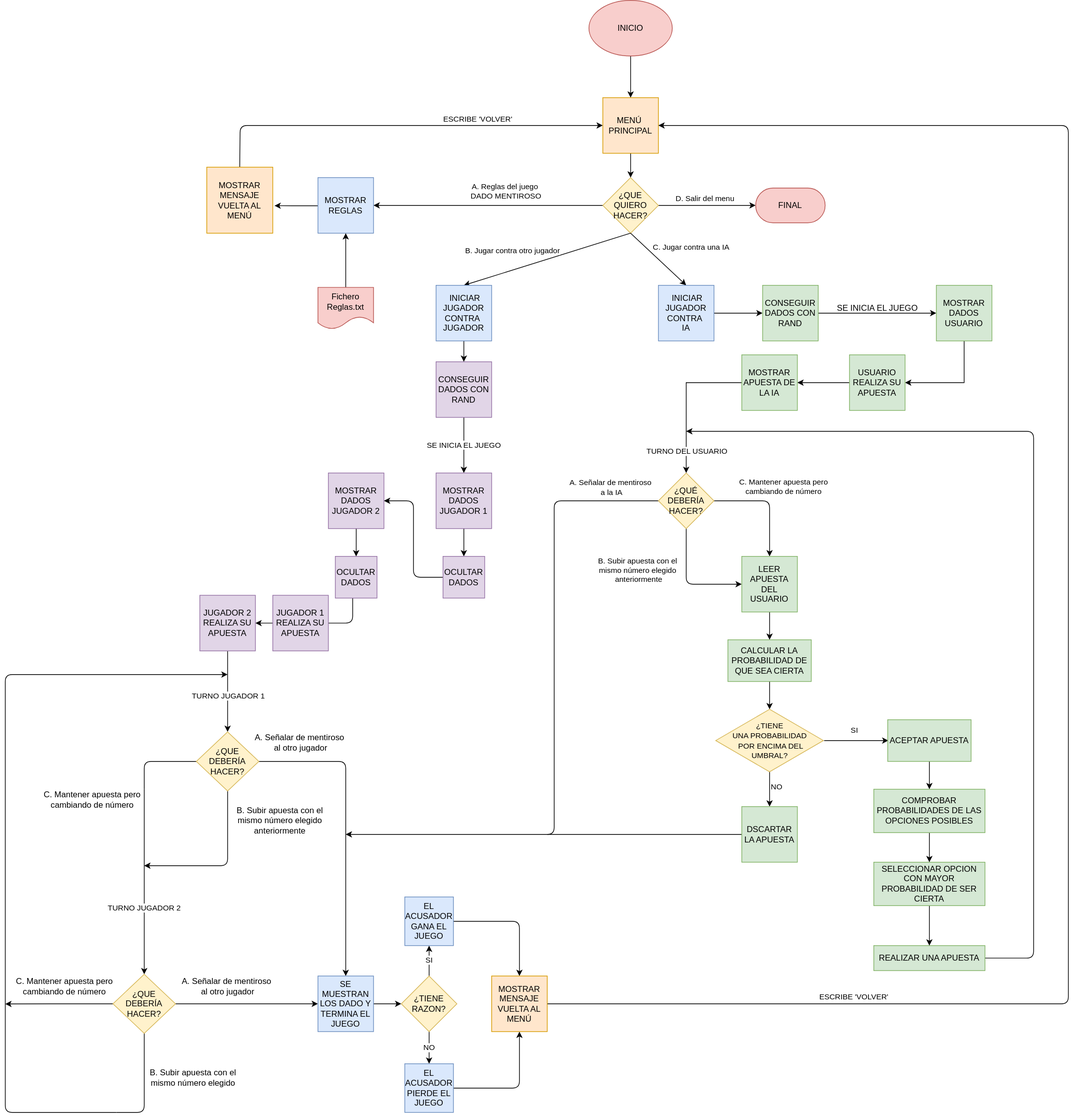
Before: DIAGRAMA DE FLUJO PROVISIONAL/Diagrama de flujo.svg, a diagram exported from draw.io (aigora/twIE_2021-proyecto_dado_mentiroso_2021). Source tidied: cells renumbered, new cells last; positions are measured from the earlier drawing's top-left corner, leaving out a move shared by most shapes.
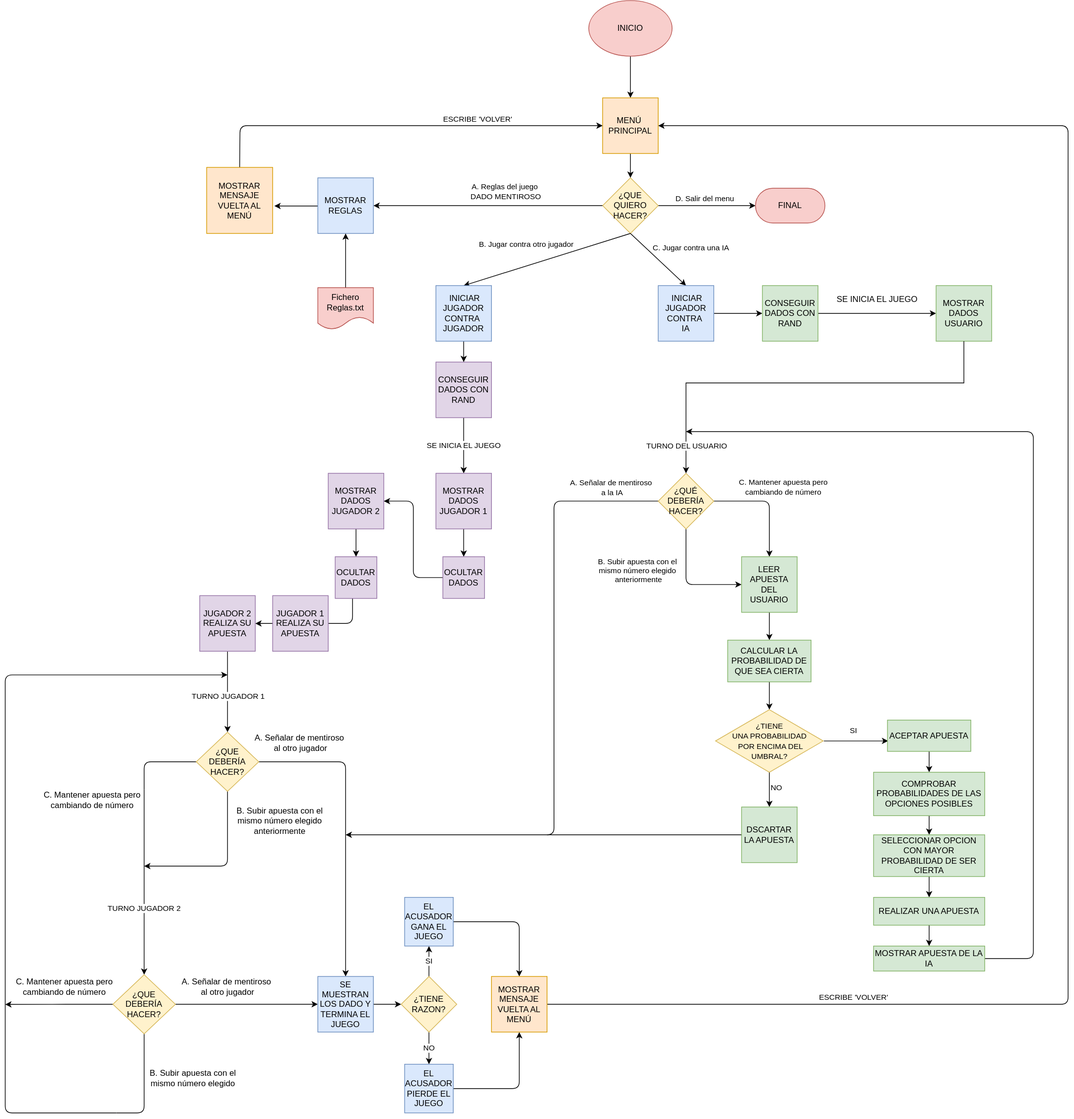
The same file after the commit.

Commit message:
Diagrama de flujo

Pequeña corrección.

The edit, as a diff of the source:
```diff
@@ -1,4 +1,4 @@
-<mxGraphModel>
+<mxGraphModel background="#FFFFFF">
   <root>
     <mxCell id="0" />
     <mxCell id="1" parent="0" />
@@ -40,7 +40,7 @@
       </mxGeometry>
     </mxCell>
     <mxCell id="10" value="B. Jugar contra otro jugador" style="endArrow=classic;html=1;exitX=0.5;exitY=1;exitDx=0;exitDy=0;entryX=0.5;entryY=0;entryDx=0;entryDy=0;" parent="1" edge="1" source="6" target="43">
-      <mxGeometry x="0.35" y="-27" relative="1" as="geometry" />
+      <mxGeometry x="0.17" y="-30" relative="1" as="geometry" />
     </mxCell>
     <mxCell id="11" value="C. Jugar contra una IA" style="endArrow=classic;html=1;exitX=0.5;exitY=1;exitDx=0;exitDy=0;entryX=0.5;entryY=0;entryDx=0;entryDy=0;" parent="1" edge="1" source="6" target="13">
       <mxGeometry x="0.4" y="45" relative="1" as="geometry">
@@ -327,10 +327,9 @@
       <mxGeometry x="-0.11" y="10" relative="1" as="geometry" />
     </mxCell>
     <mxCell id="77" value="SI" style="edgeStyle=orthogonalEdgeStyle;rounded=0;orthogonalLoop=1;jettySize=auto;html=1;" parent="1" edge="1">
-      <mxGeometry x="-0.08" y="15" relative="1" as="geometry">
+      <mxGeometry x="-0.1" y="15" relative="1" as="geometry">
         <mxPoint x="1178.5" y="1065" as="sourcePoint" />
         <mxPoint x="1271" y="1065" as="targetPoint" />
-        <mxPoint x="1" as="offset" />
       </mxGeometry>
     </mxCell>
     <mxCell id="78" value="&lt;font style=&quot;font-size: 11px&quot;&gt;¿TIENE &lt;br&gt;UNA PROBABILIDAD&lt;br&gt;&amp;nbsp;POR ENCIMA DEL &lt;br&gt;UMBRAL?&lt;/font&gt;" style="rhombus;whiteSpace=wrap;html=1;fillColor=#fff2cc;strokeColor=#d6b656;" parent="1" vertex="1">
@@ -344,19 +343,21 @@
     <mxCell id="80" value="DSCARTAR LA APUESTA" style="whiteSpace=wrap;html=1;fillColor=#d5e8d4;strokeColor=#82b366;" parent="1" vertex="1">
       <mxGeometry x="1060" y="1160" width="80" height="80" as="geometry" />
     </mxCell>
-    <mxCell id="81" style="edgeStyle=orthogonalEdgeStyle;rounded=0;jettySize=auto;html=1;" parent="1" edge="1" source="82" target="84">
-      <mxGeometry relative="1" as="geometry" />
+    <mxCell id="81" style="edgeStyle=orthogonalEdgeStyle;rounded=0;jettySize=auto;html=1;" parent="1" edge="1" source="82">
+      <mxGeometry relative="1" as="geometry">
+        <mxPoint x="1330" y="1110" as="targetPoint" />
+      </mxGeometry>
     </mxCell>
     <mxCell id="82" value="ACEPTAR APUESTA" style="rounded=0;whiteSpace=wrap;html=1;fillColor=#d5e8d4;strokeColor=#82b366;" parent="1" vertex="1">
-      <mxGeometry x="1270" y="1035" width="120" height="60" as="geometry" />
+      <mxGeometry x="1270" y="1035" width="120" height="45" as="geometry" />
     </mxCell>
     <mxCell id="83" style="edgeStyle=orthogonalEdgeStyle;rounded=0;jettySize=auto;html=1;" parent="1" edge="1" source="84">
       <mxGeometry relative="1" as="geometry">
-        <mxPoint x="1330" y="1240" as="targetPoint" />
+        <mxPoint x="1330" y="1200" as="targetPoint" />
       </mxGeometry>
     </mxCell>
     <mxCell id="84" value="COMPROBAR PROBABILIDADES DE LAS OPCIONES POSIBLES" style="rounded=0;whiteSpace=wrap;html=1;fillColor=#d5e8d4;strokeColor=#82b366;" parent="1" vertex="1">
-      <mxGeometry x="1250" y="1135" width="160" height="62.5" as="geometry" />
+      <mxGeometry x="1250" y="1110" width="160" height="62.5" as="geometry" />
     </mxCell>
     <mxCell id="85" style="edgeStyle=orthogonalEdgeStyle;rounded=1;jettySize=auto;html=1;exitX=1;exitY=0.5;exitDx=0;exitDy=0;" parent="1" edge="1" source="86">
       <mxGeometry relative="1" as="geometry">
@@ -367,45 +368,44 @@
         </Array>
       </mxGeometry>
     </mxCell>
-    <mxCell id="86" value="REALIZAR UNA APUESTA" style="rounded=0;whiteSpace=wrap;html=1;fillColor=#d5e8d4;strokeColor=#82b366;" parent="1" vertex="1">
+    <mxCell id="86" value="MOSTRAR APUESTA DE LA IA" style="rounded=0;whiteSpace=wrap;html=1;fillColor=#d5e8d4;strokeColor=#82b366;" parent="1" vertex="1">
       <mxGeometry x="1250" y="1360" width="160" height="36" as="geometry" />
     </mxCell>
-    <mxCell id="87" style="edgeStyle=orthogonalEdgeStyle;rounded=0;jettySize=auto;html=1;endArrow=classic;endFill=1;exitX=0.5;exitY=1;exitDx=0;exitDy=0;" parent="1" edge="1" source="88" target="86">
-      <mxGeometry relative="1" as="geometry" />
+    <mxCell id="87" style="edgeStyle=orthogonalEdgeStyle;rounded=0;jettySize=auto;html=1;endArrow=classic;endFill=1;exitX=0.5;exitY=1;exitDx=0;exitDy=0;" parent="1" edge="1" source="88">
+      <mxGeometry relative="1" as="geometry">
+        <mxPoint x="1330" y="1290" as="targetPoint" />
+      </mxGeometry>
     </mxCell>
     <mxCell id="88" value="SELECCIONAR OPCION CON MAYOR PROBABILIDAD DE SER CIERTA" style="rounded=0;whiteSpace=wrap;html=1;fillColor=#d5e8d4;strokeColor=#82b366;" parent="1" vertex="1">
-      <mxGeometry x="1250" y="1240" width="160" height="62.5" as="geometry" />
+      <mxGeometry x="1250" y="1200" width="160" height="60" as="geometry" />
     </mxCell>
     <mxCell id="89" value="¿QUE DEBERÍA HACER?" style="rhombus;whiteSpace=wrap;html=1;fillColor=#fff2cc;strokeColor=#d6b656;" parent="1" vertex="1">
       <mxGeometry x="155" y="1401.2" width="90" height="85" as="geometry" />
     </mxCell>
-    <mxCell id="90" style="edgeStyle=orthogonalEdgeStyle;rounded=0;jettySize=auto;html=1;entryX=1;entryY=0.5;entryDx=0;entryDy=0;endArrow=classic;endFill=1;" parent="1" edge="1" source="91" target="94">
-      <mxGeometry relative="1" as="geometry">
-        <Array as="points">
-          <mxPoint x="1380" y="550" />
-        </Array>
-      </mxGeometry>
-    </mxCell>
     <mxCell id="91" value="MOSTRAR DADOS USUARIO" style="rounded=0;whiteSpace=wrap;html=1;fillColor=#d5e8d4;strokeColor=#82b366;" parent="1" vertex="1">
       <mxGeometry x="1340" y="410" width="80" height="80" as="geometry" />
     </mxCell>
-    <mxCell id="92" value="SE INICIA EL JUEGO" style="text;html=1;align=center;verticalAlign=middle;" parent="1" vertex="1">
-      <mxGeometry x="1190" y="433" width="130" height="20" as="geometry" />
+    <mxCell id="92" value="&lt;span style=&quot;background-color: rgb(255 , 255 , 255)&quot;&gt;SE INICIA EL JUEGO&lt;/span&gt;" style="text;html=1;align=center;verticalAlign=middle;" parent="1" vertex="1">
+      <mxGeometry x="1190" y="420" width="130" height="20" as="geometry" />
     </mxCell>
-    <mxCell id="93" style="edgeStyle=orthogonalEdgeStyle;rounded=0;jettySize=auto;html=1;entryX=1;entryY=0.5;entryDx=0;entryDy=0;endArrow=classic;endFill=1;" parent="1" edge="1" source="94" target="97">
-      <mxGeometry relative="1" as="geometry" />
-    </mxCell>
-    <mxCell id="94" value="USUARIO REALIZA SU APUESTA" style="rounded=0;whiteSpace=wrap;html=1;fillColor=#d5e8d4;strokeColor=#82b366;" parent="1" vertex="1">
-      <mxGeometry x="1215" y="510" width="80" height="80" as="geometry" />
-    </mxCell>
-    <mxCell id="95" style="edgeStyle=orthogonalEdgeStyle;rounded=0;jettySize=auto;html=1;entryX=0.5;entryY=0;entryDx=0;entryDy=0;endArrow=classic;endFill=1;" parent="1" edge="1" source="97" target="71">
-      <mxGeometry relative="1" as="geometry" />
+    <mxCell id="95" style="edgeStyle=orthogonalEdgeStyle;rounded=0;jettySize=auto;html=1;entryX=0.5;entryY=0;entryDx=0;entryDy=0;endArrow=classic;endFill=1;exitX=0.5;exitY=1;exitDx=0;exitDy=0;" parent="1" edge="1" source="91" target="71">
+      <mxGeometry relative="1" as="geometry">
+        <Array as="points">
+          <mxPoint x="1380" y="550" />
+          <mxPoint x="980" y="550" />
+        </Array>
+      </mxGeometry>
     </mxCell>
     <mxCell id="96" value="TURNO DEL USUARIO" style="edgeLabel;html=1;align=center;verticalAlign=middle;" parent="95" vertex="1">
-      <mxGeometry x="0.71" relative="1" as="geometry" />
+      <mxGeometry x="0.71" relative="1" as="geometry">
+        <mxPoint y="47" as="offset" />
+      </mxGeometry>
     </mxCell>
-    <mxCell id="97" value="MOSTRAR APUESTA DE LA IA" style="rounded=0;whiteSpace=wrap;html=1;fillColor=#d5e8d4;strokeColor=#82b366;" parent="1" vertex="1">
-      <mxGeometry x="1060" y="510" width="80" height="80" as="geometry" />
-    </mxCell>
+    <mxCell id="98" style="edgeStyle=orthogonalEdgeStyle;rounded=0;jettySize=auto;html=1;" parent="1" edge="1" source="99" target="86">
+      <mxGeometry relative="1" as="geometry" />
+    </mxCell>
+    <mxCell id="99" value="REALIZAR UNA APUESTA" style="rounded=0;whiteSpace=wrap;html=1;fillColor=#d5e8d4;strokeColor=#82b366;" parent="1" vertex="1">
+      <mxGeometry x="1250" y="1290" width="160" height="40" as="geometry" />
+    </mxCell>
   </root>
 </mxGraphModel>
```
